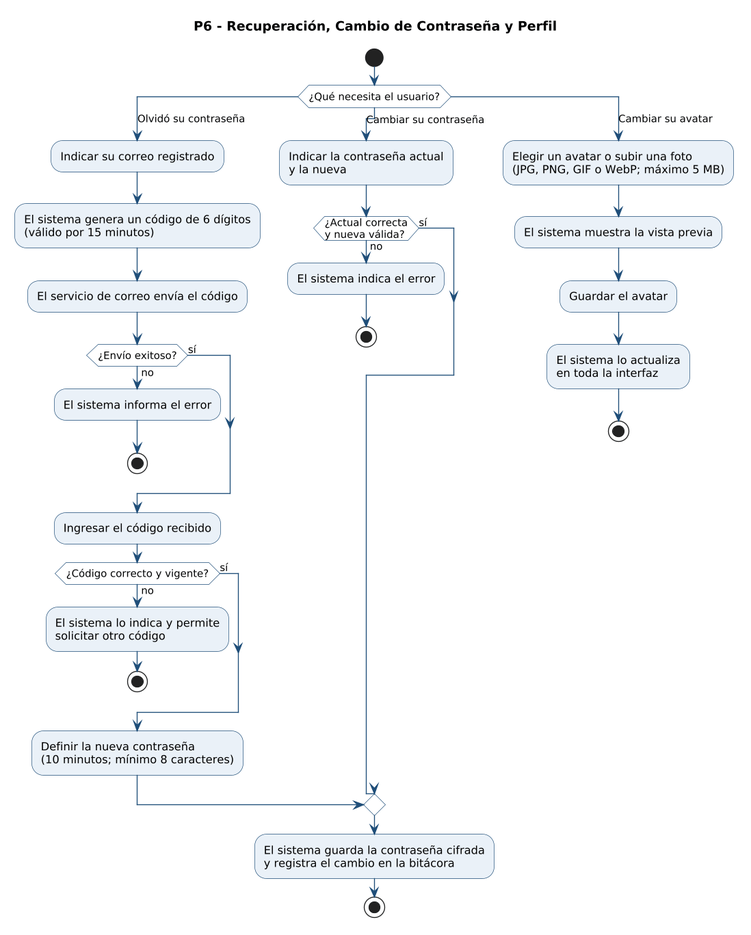
Above: Documentacion/Documentacion_ServIA_2026/Diagramas/Procesos/p6.png in procmc/JusticIA (PlantUML), before the change. Its diagram source:
```plantuml
@startuml
skinparam backgroundColor white
skinparam dpi 130
skinparam shadowing false
skinparam ArrowColor #1F4E79
skinparam activity {
  BackgroundColor #EAF1F8
  BorderColor #1F4E79
  DiamondBackgroundColor #FFFFFF
  DiamondBorderColor #1F4E79
}
skinparam swimlane {
  BorderColor #1F4E79
  TitleFontColor #1F4E79
  TitleFontSize 15
}
skinparam note {
  BackgroundColor #FFF8E1
  BorderColor #B7791F
}
title P6 - Recuperación, Cambio de Contraseña y Perfil
start
switch (¿Qué necesita el usuario?)
case (Olvidó su contraseña)
  :Indicar su correo registrado;
  :El sistema genera un código de 6 dígitos
(válido por 15 minutos);
  :El servicio de correo envía el código;
  if (¿Envío exitoso?) then (no)
    :El sistema informa el error;
    stop
  else (sí)
  endif
  :Ingresar el código recibido;
  if (¿Código correcto y vigente?) then (no)
    :El sistema lo indica y permite
solicitar otro código;
    stop
  else (sí)
  endif
  :Definir la nueva contraseña
(10 minutos; mínimo 8 caracteres);
case (Cambiar su contraseña)
  :Indicar la contraseña actual
y la nueva;
  if (¿Actual correcta
y nueva válida?) then (no)
    :El sistema indica el error;
    stop
  else (sí)
  endif
case (Cambiar su avatar)
  :Elegir un avatar o subir una foto
(JPG, PNG, GIF o WebP; máximo 5 MB);
  :El sistema muestra la vista previa;
  :Guardar el avatar;
  :El sistema lo actualiza
en toda la interfaz;
  stop
endswitch
:El sistema guarda la contraseña cifrada
y registra el cambio en la bitácora;
stop
@enduml
```
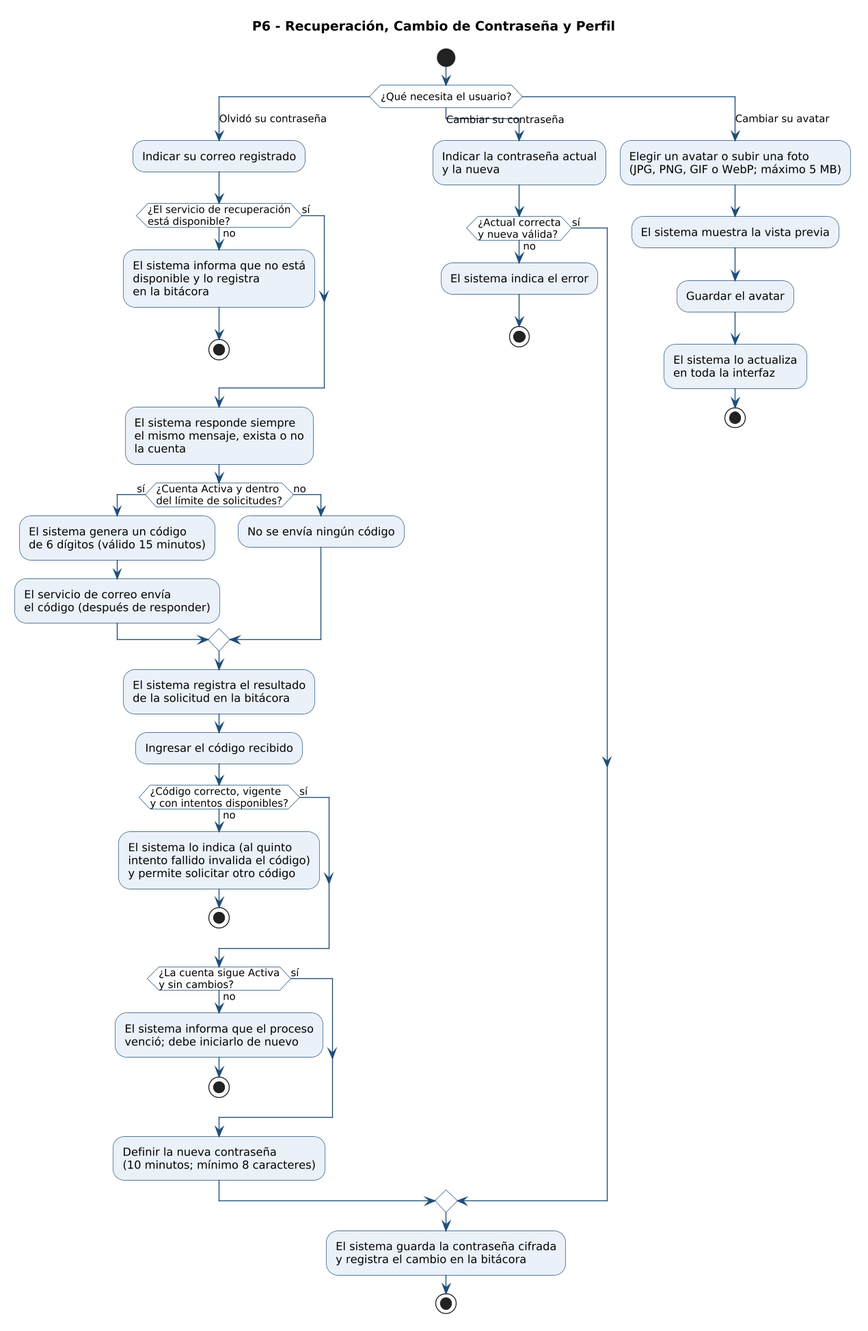
The same file after the commit.

The edit, as a diff of the source:
```diff
@@ -23,18 +23,41 @@
 switch (¿Qué necesita el usuario?)
 case (Olvidó su contraseña)
   :Indicar su correo registrado;
-  :El sistema genera un código de 6 dígitos
-(válido por 15 minutos);
-  :El servicio de correo envía el código;
-  if (¿Envío exitoso?) then (no)
-    :El sistema informa el error;
+  if (¿El servicio de recuperación
+está disponible?) then (no)
+    :El sistema informa que no está
+disponible y lo registra
+en la bitácora;
     stop
   else (sí)
   endif
+  :El sistema responde siempre
+el mismo mensaje, exista o no
+la cuenta;
+  if (¿Cuenta Activa y dentro
+del límite de solicitudes?) then (sí)
+    :El sistema genera un código
+de 6 dígitos (válido 15 minutos);
+    :El servicio de correo envía
+el código (después de responder);
+  else (no)
+    :No se envía ningún código;
+  endif
+  :El sistema registra el resultado
+de la solicitud en la bitácora;
   :Ingresar el código recibido;
-  if (¿Código correcto y vigente?) then (no)
-    :El sistema lo indica y permite
-solicitar otro código;
+  if (¿Código correcto, vigente
+y con intentos disponibles?) then (no)
+    :El sistema lo indica (al quinto
+intento fallido invalida el código)
+y permite solicitar otro código;
+    stop
+  else (sí)
+  endif
+  if (¿La cuenta sigue Activa
+y sin cambios?) then (no)
+    :El sistema informa que el proceso
+venció; debe iniciarlo de nuevo;
     stop
   else (sí)
   endif
```
